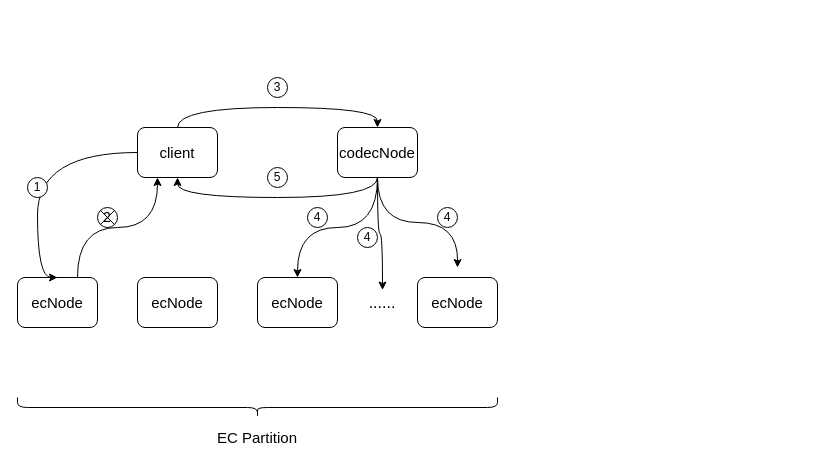
This is chubaofs/src/chubaofs_ec_backoff_flow.drawio from shuoranliu/drawio, a draw.io file, before an edit. Source tidied: cells renumbered, new cells numbered last; positions are measured from the earlier drawing's top-left corner, leaving out a move shared by most shapes. Both pictures are drawn from the tidied source at 100%, with x=0, y=0 at pixel (17, 77).
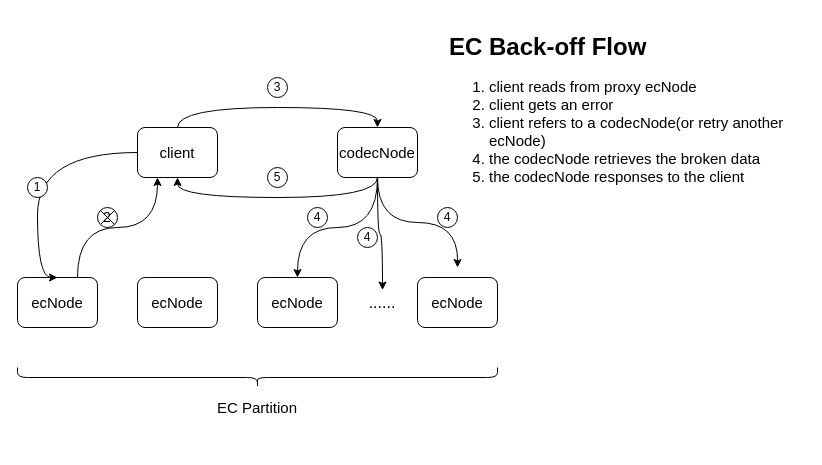
After the change.

What changed in the source:
```diff
@@
     <mxCell id="12" style="shape=curlyBracket;whiteSpace=wrap;html=1;rounded=1;rotation=-90;" parent="1" vertex="1">
-      <mxGeometry x="230" y="90" width="20" height="480" as="geometry" />
+      <mxGeometry x="230" y="60" width="20" height="480" as="geometry" />
     </mxCell>
     <mxCell id="13" value="&lt;font style=&quot;font-size: 15px&quot;&gt;EC Partition&lt;/font&gt;" style="text;html=1;strokeColor=none;fillColor=none;align=center;verticalAlign=middle;whiteSpace=wrap;rounded=0;" parent="1" vertex="1">
-      <mxGeometry x="195" y="350" width="90" height="20" as="geometry" />
+      <mxGeometry x="195" y="320" width="90" height="20" as="geometry" />
     </mxCell>
@@
+    <mxCell id="25" value="&lt;h1&gt;EC Back-off Flow&lt;/h1&gt;&lt;p style=&quot;font-size: 15px&quot;&gt;&lt;/p&gt;&lt;ol style=&quot;font-size: 15px&quot;&gt;&lt;li&gt;&lt;font style=&quot;font-size: 15px&quot;&gt;client reads from proxy ecNode&lt;/font&gt;&lt;/li&gt;&lt;li&gt;&lt;font style=&quot;font-size: 15px&quot;&gt;client gets an error&lt;/font&gt;&lt;/li&gt;&lt;li&gt;&lt;font style=&quot;font-size: 15px&quot;&gt;client refers to a codecNode(or retry another ecNode)&lt;/font&gt;&lt;/li&gt;&lt;li&gt;&lt;font style=&quot;font-size: 15px&quot;&gt;the codecNode retrieves the broken data&lt;/font&gt;&lt;/li&gt;&lt;li&gt;&lt;span&gt;the codecNode responses to the client&lt;/span&gt;&lt;/li&gt;&lt;/ol&gt;&lt;p&gt;&lt;/p&gt;" style="text;html=1;strokeColor=none;fillColor=none;spacing=5;spacingTop=-20;whiteSpace=wrap;overflow=hidden;rounded=0;" parent="1" vertex="1">
+      <mxGeometry x="427" y="-50" width="360" height="170" as="geometry" />
+    </mxCell>
```
